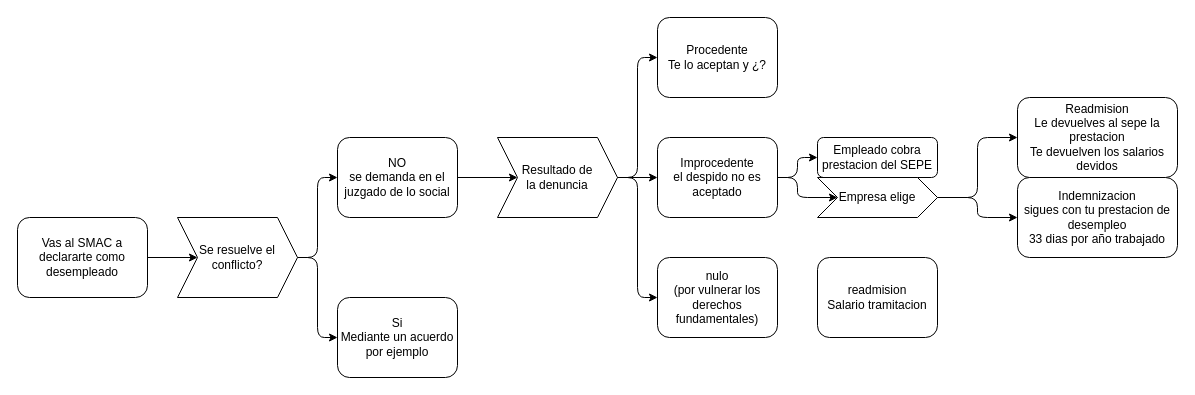
DaniVals/DW1A keeps this draw.io diagram as Fol/T5 La modificacion, suspension y extincion del contrato/Despido disciplinario.drawio. Above is the earlier version. Source tidied: cells renumbered, new cells numbered last; positions are measured from the earlier drawing's top-left corner, leaving out a move shared by most shapes. Both pictures are drawn from the tidied source at 100%, with x=0, y=0 at pixel (17, 17).
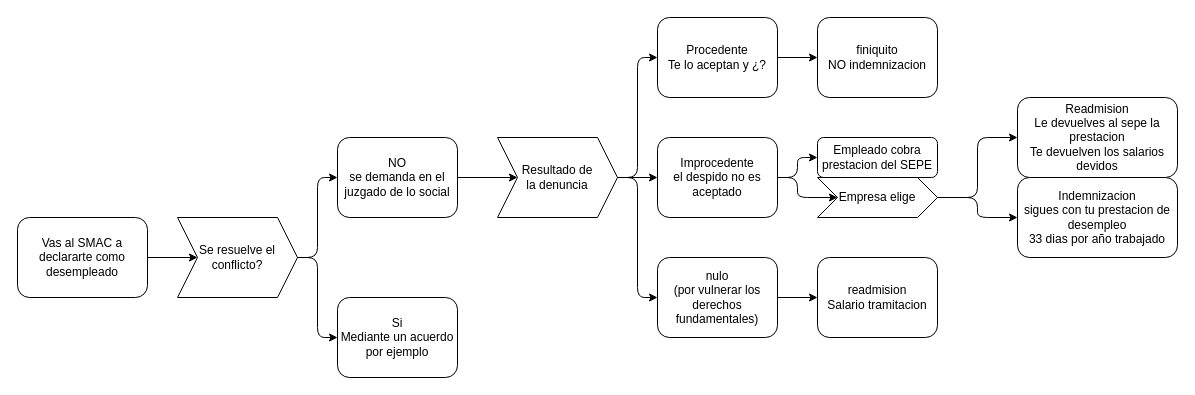
The same page after the edit.

The change refers to these unchanged cells:
```xml
<mxCell id="14" value="Procedente&lt;br&gt;Te lo aceptan y ¿?" style="rounded=1;whiteSpace=wrap;html=1;" parent="1" vertex="1">
  <mxGeometry x="640" width="120" height="80" as="geometry" />
</mxCell>
<mxCell id="18" value="nulo&lt;br&gt;(por vulnerar los derechos fundamentales)" style="rounded=1;whiteSpace=wrap;html=1;" parent="1" vertex="1">
  <mxGeometry x="640" y="240" width="120" height="80" as="geometry" />
</mxCell>
<mxCell id="19" value="readmision&lt;br&gt;Salario tramitacion" style="rounded=1;whiteSpace=wrap;html=1;" parent="1" vertex="1">
  <mxGeometry x="800" y="240" width="120" height="80" as="geometry" />
</mxCell>
```

The edit, as a diff of the source:
```diff
@@
+    <mxCell id="26" style="edgeStyle=none;html=1;" parent="1" edge="1" source="14" target="28">
+      <mxGeometry relative="1" as="geometry" />
+    </mxCell>
@@
+    <mxCell id="27" style="edgeStyle=none;html=1;" parent="1" edge="1" source="18" target="19">
+      <mxGeometry relative="1" as="geometry" />
+    </mxCell>
@@
+    <mxCell id="28" value="finiquito&lt;br&gt;NO indemnizacion" style="rounded=1;whiteSpace=wrap;html=1;" parent="1" vertex="1">
+      <mxGeometry x="800" width="120" height="80" as="geometry" />
+    </mxCell>
```
